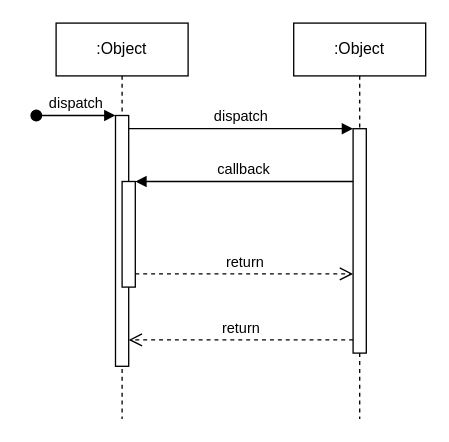
The draw.io diagram NoAlly_Specification/Enemy.drawio in SawadaRyo/NoAlly, before the edit. Source tidied: cells renumbered, new cells numbered last; positions are measured from the earlier drawing's top-left corner, leaving out a move shared by most shapes. Both pictures are drawn from the tidied source at 132%, with x=0, y=0 at pixel (36, 22).
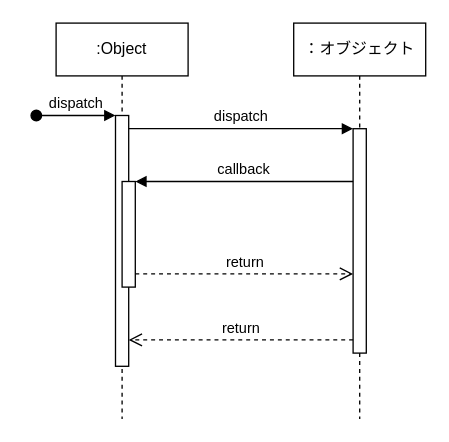
After the change.

Commit message:
Enemy.drawio を更新します

The edit, as a diff of the source:
```diff
@@
 <mxGraphModel>
   <root>
     <mxCell id="0" />
     <mxCell id="1" parent="0" />
     <mxCell id="2" value=":Object" style="shape=umlLifeline;perimeter=lifelinePerimeter;whiteSpace=wrap;html=1;newEdgeStyle={&quot;edgeStyle&quot;:&quot;elbowEdgeStyle&quot;,&quot;elbow&quot;:&quot;vertical&quot;,&quot;curved&quot;:0,&quot;rounded&quot;:0};" parent="1" vertex="1">
       <mxGeometry x="15" width="100" height="300" as="geometry" />
     </mxCell>
     <mxCell id="3" style="html=1;points=[];perimeter=orthogonalPerimeter;outlineConnect=0;targetShapes=umlLifeline;portConstraint=eastwest;newEdgeStyle={&quot;edgeStyle&quot;:&quot;elbowEdgeStyle&quot;,&quot;elbow&quot;:&quot;vertical&quot;,&quot;curved&quot;:0,&quot;rounded&quot;:0};" parent="2" vertex="1">
       <mxGeometry x="45" y="70" width="10" height="190" as="geometry" />
     </mxCell>
     <mxCell id="4" value="dispatch" style="html=1;verticalAlign=bottom;startArrow=oval;endArrow=block;startSize=8;edgeStyle=elbowEdgeStyle;elbow=vertical;curved=0;rounded=0;" parent="2" edge="1" target="3">
       <mxGeometry relative="1" as="geometry">
         <mxPoint x="-15" y="70" as="sourcePoint" />
       </mxGeometry>
     </mxCell>
     <mxCell id="5" style="html=1;points=[];perimeter=orthogonalPerimeter;outlineConnect=0;targetShapes=umlLifeline;portConstraint=eastwest;newEdgeStyle={&quot;edgeStyle&quot;:&quot;elbowEdgeStyle&quot;,&quot;elbow&quot;:&quot;vertical&quot;,&quot;curved&quot;:0,&quot;rounded&quot;:0};" parent="2" vertex="1">
       <mxGeometry x="50" y="120" width="10" height="80" as="geometry" />
     </mxCell>
-    <mxCell id="6" value=":Object" style="shape=umlLifeline;perimeter=lifelinePerimeter;whiteSpace=wrap;html=1;newEdgeStyle={&quot;edgeStyle&quot;:&quot;elbowEdgeStyle&quot;,&quot;elbow&quot;:&quot;vertical&quot;,&quot;curved&quot;:0,&quot;rounded&quot;:0};" parent="1" vertex="1">
+    <mxCell id="6" value="：オブジェクト" style="shape=umlLifeline;perimeter=lifelinePerimeter;whiteSpace=wrap;html=1;newEdgeStyle={&quot;edgeStyle&quot;:&quot;elbowEdgeStyle&quot;,&quot;elbow&quot;:&quot;vertical&quot;,&quot;curved&quot;:0,&quot;rounded&quot;:0};" parent="1" vertex="1">
       <mxGeometry x="195" width="100" height="300" as="geometry" />
     </mxCell>
     <mxCell id="7" style="html=1;points=[];perimeter=orthogonalPerimeter;outlineConnect=0;targetShapes=umlLifeline;portConstraint=eastwest;newEdgeStyle={&quot;edgeStyle&quot;:&quot;elbowEdgeStyle&quot;,&quot;elbow&quot;:&quot;vertical&quot;,&quot;curved&quot;:0,&quot;rounded&quot;:0};" parent="6" vertex="1">
       <mxGeometry x="45" y="80" width="10" height="170" as="geometry" />
     </mxCell>
     <mxCell id="8" value="dispatch" style="html=1;verticalAlign=bottom;endArrow=block;edgeStyle=elbowEdgeStyle;elbow=vertical;curved=0;rounded=0;" parent="1" edge="1" source="3" target="7">
       <mxGeometry relative="1" as="geometry">
         <Array as="points">
           <mxPoint x="155" y="80" />
         </Array>
       </mxGeometry>
     </mxCell>
     <mxCell id="9" value="return" style="html=1;verticalAlign=bottom;endArrow=open;dashed=1;endSize=8;edgeStyle=elbowEdgeStyle;elbow=vertical;curved=0;rounded=0;" parent="1" edge="1" source="7" target="3">
       <mxGeometry relative="1" as="geometry">
         <Array as="points">
           <mxPoint x="165" y="240" />
         </Array>
       </mxGeometry>
     </mxCell>
     <mxCell id="10" value="callback" style="html=1;verticalAlign=bottom;endArrow=block;edgeStyle=elbowEdgeStyle;elbow=vertical;curved=0;rounded=0;" parent="1" edge="1" source="7" target="5">
       <mxGeometry relative="1" as="geometry">
         <Array as="points">
           <mxPoint x="165" y="120" />
         </Array>
       </mxGeometry>
     </mxCell>
     <mxCell id="11" value="return" style="html=1;verticalAlign=bottom;endArrow=open;dashed=1;endSize=8;edgeStyle=elbowEdgeStyle;elbow=vertical;curved=0;rounded=0;" parent="1" edge="1" source="5" target="7">
       <mxGeometry relative="1" as="geometry">
         <Array as="points">
           <mxPoint x="155" y="190" />
         </Array>
       </mxGeometry>
     </mxCell>
   </root>
 </mxGraphModel>
```
